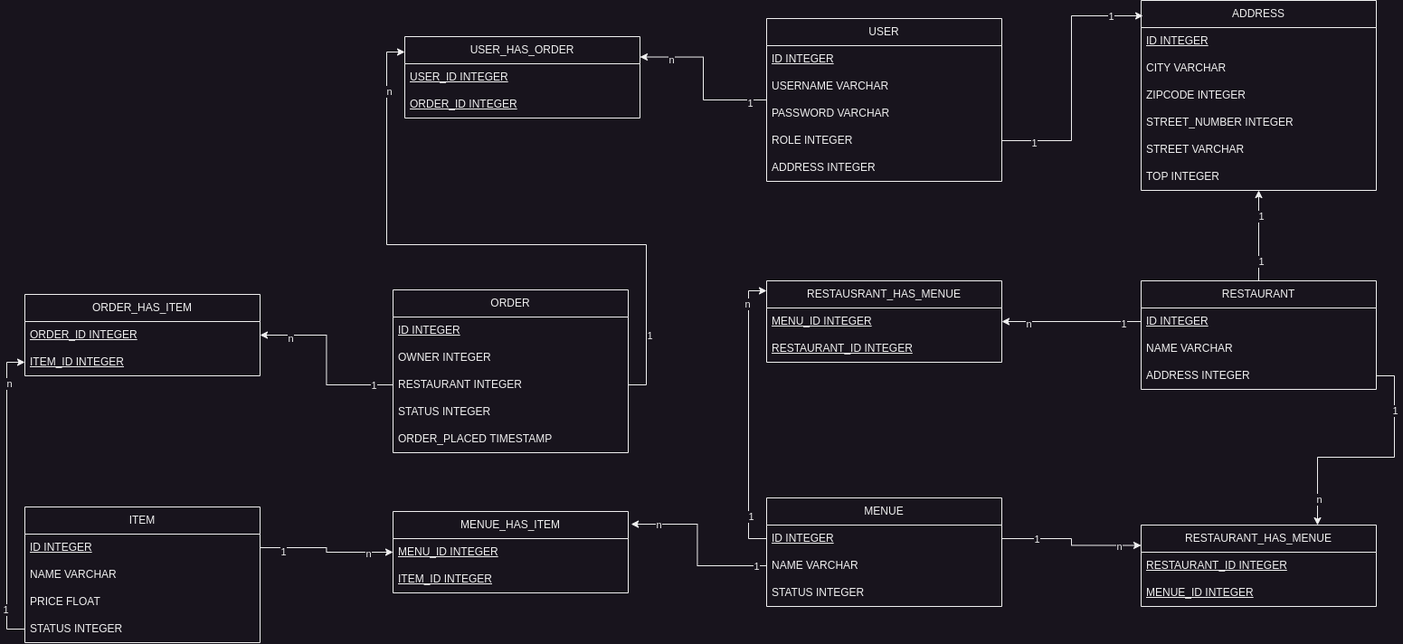
This is doc_img/Database_Diagramm.png from SWE2-Group-2/MealMate, a draw.io export, as it was before one commit. Source tidied: cells renumbered, new cells last; positions are measured from the earlier drawing's top-left corner, leaving out a move shared by most shapes.
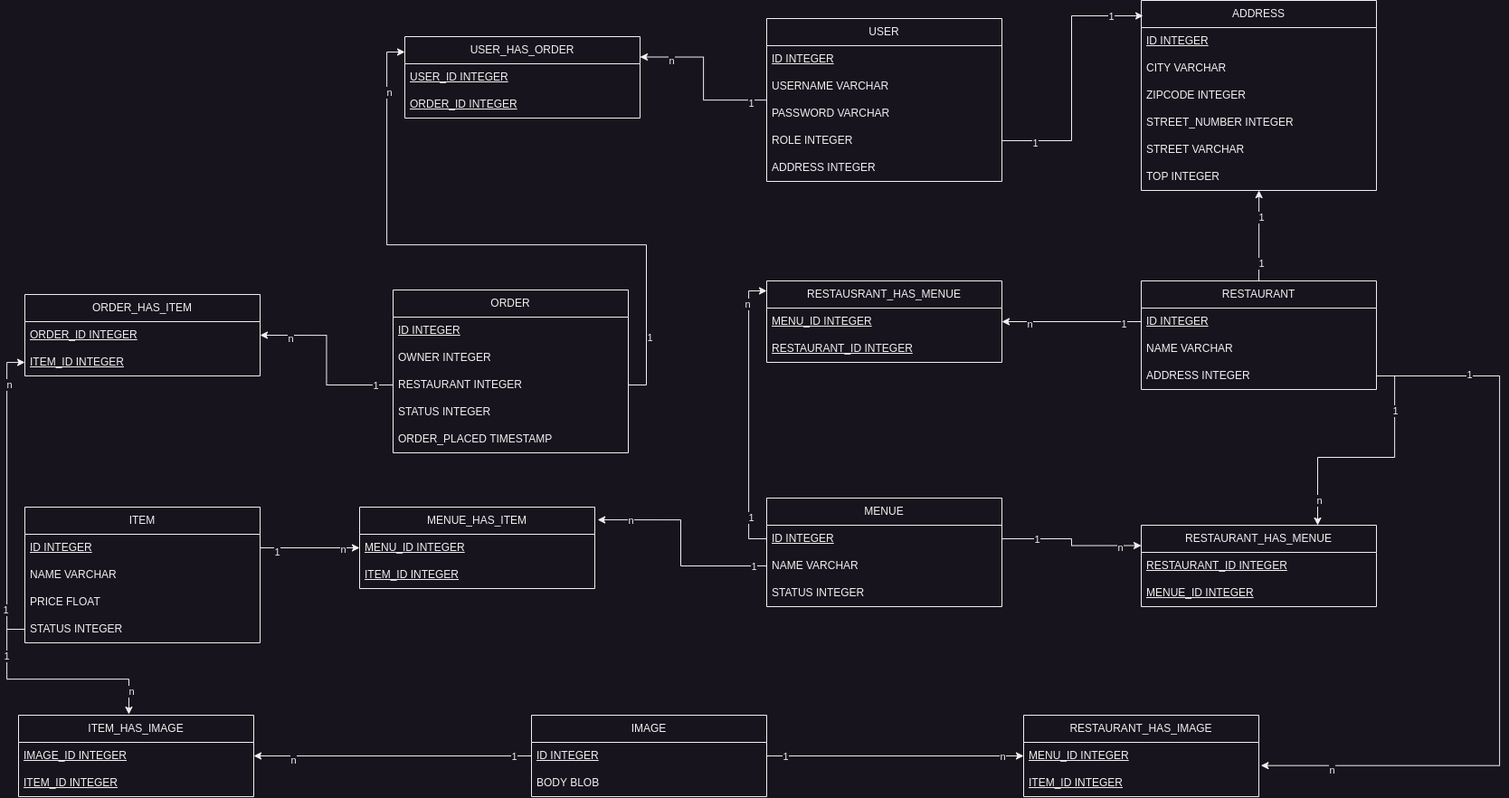
The same diagram one commit later.

Commit message:
Added description to an item in the database model

What changed in the source:
```diff
@@ -140,7 +140,7 @@
       <mxGeometry y="60" width="260" height="30" as="geometry" />
     </mxCell>
     <mxCell id="46" value="MENUE_HAS_ITEM" style="swimlane;fontStyle=0;horizontal=1;startSize=30;whiteSpace=wrap;html=1;" parent="1" vertex="1">
-      <mxGeometry x="407" y="565" width="260" height="90" as="geometry" />
+      <mxGeometry x="370" y="560" width="260" height="90" as="geometry" />
     </mxCell>
     <mxCell id="47" value="&lt;u&gt;MENU_ID INTEGER&lt;/u&gt;" style="text;strokeColor=none;fillColor=none;align=left;verticalAlign=middle;spacingLeft=4;spacingRight=4;overflow=hidden;points=[[0,0.5],[1,0.5]];portConstraint=eastwest;whiteSpace=wrap;html=1;" parent="46" vertex="1">
       <mxGeometry y="30" width="260" height="30" as="geometry" />
@@ -258,5 +258,73 @@
     <mxCell id="84" value="n" style="edgeLabel;html=1;align=center;verticalAlign=middle;" parent="82" vertex="1">
       <mxGeometry x="0.78" y="2" relative="1" as="geometry" />
     </mxCell>
+    <mxCell id="85" style="edgeStyle=orthogonalEdgeStyle;rounded=0;jettySize=auto;html=1;entryX=1;entryY=0.5;entryDx=0;entryDy=0;" parent="1" edge="1" source="88" target="92">
+      <mxGeometry relative="1" as="geometry" />
+    </mxCell>
+    <mxCell id="86" value="1" style="edgeLabel;html=1;align=center;verticalAlign=middle;" parent="85" vertex="1">
+      <mxGeometry x="-0.86" relative="1" as="geometry" />
+    </mxCell>
+    <mxCell id="87" value="n" style="edgeLabel;html=1;align=center;verticalAlign=middle;" parent="85" vertex="1">
+      <mxGeometry x="0.73" y="4" relative="1" as="geometry" />
+    </mxCell>
+    <mxCell id="88" value="IMAGE" style="swimlane;fontStyle=0;horizontal=1;startSize=30;whiteSpace=wrap;html=1;" parent="1" vertex="1">
+      <mxGeometry x="560" y="790" width="260" height="90" as="geometry" />
+    </mxCell>
+    <mxCell id="89" value="&lt;u&gt;ID INTEGER&lt;/u&gt;" style="text;strokeColor=none;fillColor=none;align=left;verticalAlign=middle;spacingLeft=4;spacingRight=4;overflow=hidden;points=[[0,0.5],[1,0.5]];portConstraint=eastwest;whiteSpace=wrap;html=1;" parent="88" vertex="1">
+      <mxGeometry y="30" width="260" height="30" as="geometry" />
+    </mxCell>
+    <mxCell id="90" value="BODY BLOB" style="text;strokeColor=none;fillColor=none;align=left;verticalAlign=middle;spacingLeft=4;spacingRight=4;overflow=hidden;whiteSpace=wrap;html=1;" parent="88" vertex="1">
+      <mxGeometry y="60" width="260" height="30" as="geometry" />
+    </mxCell>
+    <mxCell id="91" value="ITEM_HAS_IMAGE" style="swimlane;fontStyle=0;horizontal=1;startSize=30;whiteSpace=wrap;html=1;" parent="1" vertex="1">
+      <mxGeometry x="-7" y="790" width="260" height="90" as="geometry" />
+    </mxCell>
+    <mxCell id="92" value="&lt;u&gt;IMAGE_ID INTEGER&lt;/u&gt;" style="text;strokeColor=none;fillColor=none;align=left;verticalAlign=middle;spacingLeft=4;spacingRight=4;overflow=hidden;points=[[0,0.5],[1,0.5]];portConstraint=eastwest;whiteSpace=wrap;html=1;" parent="91" vertex="1">
+      <mxGeometry y="30" width="260" height="30" as="geometry" />
+    </mxCell>
+    <mxCell id="93" value="&lt;u&gt;ITEM_ID INTEGER&lt;/u&gt;" style="text;strokeColor=none;fillColor=none;align=left;verticalAlign=middle;spacingLeft=4;spacingRight=4;overflow=hidden;whiteSpace=wrap;html=1;" parent="91" vertex="1">
+      <mxGeometry y="60" width="260" height="30" as="geometry" />
+    </mxCell>
+    <mxCell id="94" style="edgeStyle=orthogonalEdgeStyle;rounded=0;jettySize=auto;html=1;entryX=0.469;entryY=-0.011;entryDx=0;entryDy=0;entryPerimeter=0;" parent="1" edge="1" source="32" target="91">
+      <mxGeometry relative="1" as="geometry" />
+    </mxCell>
+    <mxCell id="95" value="1" style="edgeLabel;html=1;align=center;verticalAlign=middle;" parent="94" vertex="1">
+      <mxGeometry x="-0.61" y="-1" relative="1" as="geometry" />
+    </mxCell>
+    <mxCell id="96" value="n" style="edgeLabel;html=1;align=center;verticalAlign=middle;" parent="94" vertex="1">
+      <mxGeometry x="0.79" y="2" relative="1" as="geometry" />
+    </mxCell>
+    <mxCell id="97" value="RESTAURANT_HAS_IMAGE" style="swimlane;fontStyle=0;horizontal=1;startSize=30;whiteSpace=wrap;html=1;" parent="1" vertex="1">
+      <mxGeometry x="1104" y="790" width="260" height="90" as="geometry" />
+    </mxCell>
+    <mxCell id="98" value="&lt;u&gt;MENU_ID INTEGER&lt;/u&gt;" style="text;strokeColor=none;fillColor=none;align=left;verticalAlign=middle;spacingLeft=4;spacingRight=4;overflow=hidden;points=[[0,0.5],[1,0.5]];portConstraint=eastwest;whiteSpace=wrap;html=1;" parent="97" vertex="1">
+      <mxGeometry y="30" width="260" height="30" as="geometry" />
+    </mxCell>
+    <mxCell id="99" value="&lt;u&gt;ITEM_ID INTEGER&lt;/u&gt;" style="text;strokeColor=none;fillColor=none;align=left;verticalAlign=middle;spacingLeft=4;spacingRight=4;overflow=hidden;points=[[0,0.5],[1,0.5]];portConstraint=eastwest;whiteSpace=wrap;html=1;" parent="97" vertex="1">
+      <mxGeometry y="60" width="260" height="30" as="geometry" />
+    </mxCell>
+    <mxCell id="100" style="edgeStyle=orthogonalEdgeStyle;rounded=0;jettySize=auto;html=1;entryX=0;entryY=0.5;entryDx=0;entryDy=0;" parent="1" edge="1" source="89" target="98">
+      <mxGeometry relative="1" as="geometry" />
+    </mxCell>
+    <mxCell id="101" value="1" style="edgeLabel;html=1;align=center;verticalAlign=middle;" parent="100" vertex="1">
+      <mxGeometry x="-0.87" relative="1" as="geometry" />
+    </mxCell>
+    <mxCell id="102" value="n" style="edgeLabel;html=1;align=center;verticalAlign=middle;" parent="100" vertex="1">
+      <mxGeometry x="0.82" relative="1" as="geometry" />
+    </mxCell>
+    <mxCell id="103" style="edgeStyle=orthogonalEdgeStyle;rounded=0;jettySize=auto;html=1;entryX=1.009;entryY=-0.145;entryDx=0;entryDy=0;entryPerimeter=0;" parent="1" edge="1" source="14" target="99">
+      <mxGeometry relative="1" as="geometry">
+        <Array as="points">
+          <mxPoint x="1630" y="415" />
+          <mxPoint x="1630" y="846" />
+        </Array>
+      </mxGeometry>
+    </mxCell>
+    <mxCell id="104" value="1" style="edgeLabel;html=1;align=center;verticalAlign=middle;" parent="103" vertex="1">
+      <mxGeometry x="-0.76" y="2" relative="1" as="geometry" />
+    </mxCell>
+    <mxCell id="105" value="n" style="edgeLabel;html=1;align=center;verticalAlign=middle;" parent="103" vertex="1">
+      <mxGeometry x="0.82" y="4" relative="1" as="geometry" />
+    </mxCell>
   </root>
 </mxGraphModel>
```
